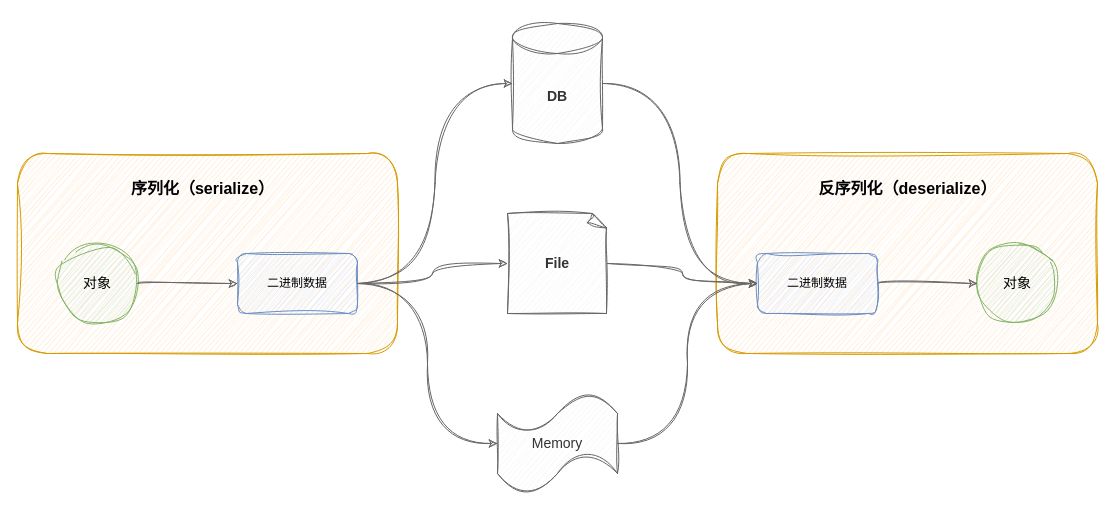
dunwu/waterdrop keeps this draw.io diagram as page "序列化" (1 of 2) of assets/Java/JavaCore/JavaIO.drawio. Above is the earlier version. Source tidied: cells renumbered, new cells numbered last; positions are measured from the earlier drawing's top-left corner, leaving out a move shared by most shapes. Both pictures are drawn from the tidied source at 100%, with x=0, y=0 at pixel (17, 23).
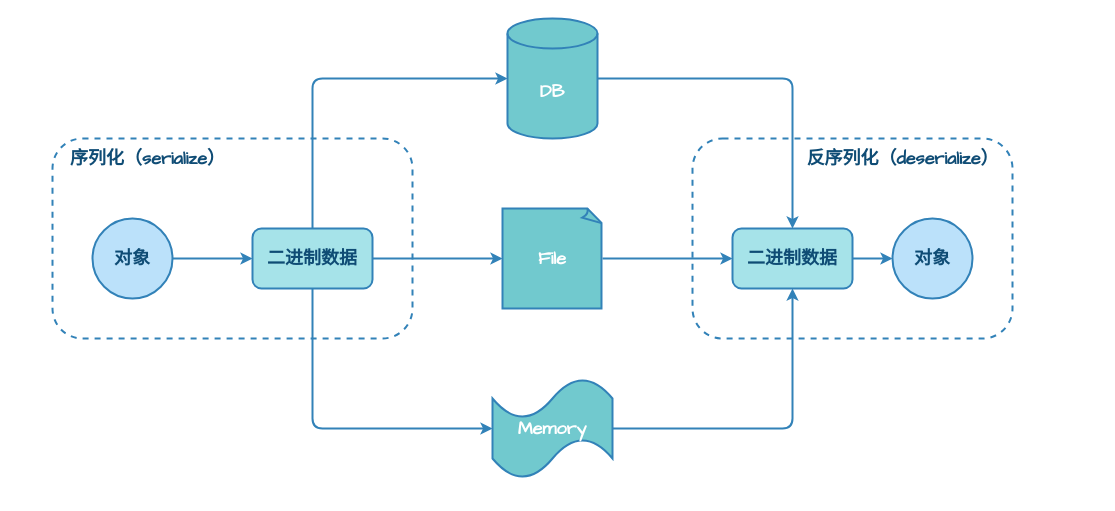
The same diagram, later.

The edit, as a diff of the source:
```diff
@@
-    <mxCell id="2" style="group;" parent="1" vertex="1">
-      <mxGeometry width="1080" height="470" as="geometry" />
-    </mxCell>
-    <mxCell id="3" style="whiteSpace=wrap;html=1;fillColor=#ffe6cc;strokeColor=#d79b00;rounded=1;sketch=1;curveFitting=1;jiggle=2;" parent="2" vertex="1">
-      <mxGeometry x="700" y="130" width="380" height="200" as="geometry" />
+    <mxCell id="3" style="whiteSpace=wrap;html=1;fillColor=none;strokeColor=#3282B8;rounded=1;fontSize=18;fontColor=#0F4C75;fontStyle=1;strokeWidth=2;dashed=1;fontFamily=Comic Sans MS;" parent="1" vertex="1">
+      <mxGeometry x="675" y="115" width="320" height="200" as="geometry" />
     </mxCell>
-    <mxCell id="4" value="对象" style="ellipse;whiteSpace=wrap;html=1;fillColor=#d5e8d4;strokeColor=#82b366;sketch=1;curveFitting=1;jiggle=2;fontSize=14;" parent="2" vertex="1">
-      <mxGeometry x="960" y="220" width="80" height="80" as="geometry" />
+    <mxCell id="4" value="对象" style="ellipse;whiteSpace=wrap;html=1;fillColor=#BBE1FA;strokeColor=#3282B8;fontSize=18;fontColor=#0F4C75;fontStyle=1;strokeWidth=2;fontFamily=Comic Sans MS;" parent="1" vertex="1">
+      <mxGeometry x="875" y="195" width="80" height="80" as="geometry" />
     </mxCell>
-    <mxCell id="5" style="edgeStyle=orthogonalEdgeStyle;jettySize=auto;html=1;exitX=1;exitY=0.5;exitDx=0;exitDy=0;entryX=0;entryY=0.5;entryDx=0;entryDy=0;curved=1;sketch=1;curveFitting=1;jiggle=2;fillColor=#f5f5f5;strokeColor=#666666;" parent="2" edge="1" source="6" target="4">
+    <mxCell id="5" style="edgeStyle=orthogonalEdgeStyle;jettySize=auto;html=1;exitX=1;exitY=0.5;exitDx=0;exitDy=0;entryX=0;entryY=0.5;entryDx=0;entryDy=0;curved=1;fillColor=#f5f5f5;strokeColor=#3282B8;fontSize=18;fontColor=#0F4C75;fontStyle=1;strokeWidth=2;fontFamily=Comic Sans MS;" parent="1" edge="1" source="6" target="4">
       <mxGeometry relative="1" as="geometry" />
     </mxCell>
-    <mxCell id="6" value="二进制数据" style="rounded=1;whiteSpace=wrap;html=1;fillColor=#dae8fc;strokeColor=#6c8ebf;sketch=1;curveFitting=1;jiggle=2;" parent="2" vertex="1">
-      <mxGeometry x="740" y="230" width="120" height="60" as="geometry" />
+    <mxCell id="6" value="二进制数据" style="rounded=1;whiteSpace=wrap;html=1;fillColor=#A6E3E9;strokeColor=#3282B8;fontSize=18;fontColor=#0F4C75;fontStyle=1;strokeWidth=2;fontFamily=Comic Sans MS;" parent="1" vertex="1">
+      <mxGeometry x="715" y="205" width="120" height="60" as="geometry" />
     </mxCell>
-    <mxCell id="7" value="反序列化（deserialize）" style="text;html=1;align=center;verticalAlign=middle;strokeColor=none;fillColor=none;fontSize=16;fontStyle=1;" parent="2" vertex="1">
-      <mxGeometry x="790" y="150" width="200" height="30" as="geometry" />
+    <mxCell id="7" value="反序列化（deserialize）" style="text;html=1;align=center;verticalAlign=middle;strokeColor=none;fillColor=none;fontSize=18;fontStyle=1;fontColor=#0F4C75;strokeWidth=2;fontFamily=Comic Sans MS;" parent="1" vertex="1">
+      <mxGeometry x="775" y="115" width="220" height="40" as="geometry" />
     </mxCell>
-    <mxCell id="8" style="whiteSpace=wrap;html=1;fillColor=#ffe6cc;strokeColor=#d79b00;rounded=1;sketch=1;curveFitting=1;jiggle=2;" parent="2" vertex="1">
-      <mxGeometry y="130" width="380" height="200" as="geometry" />
+    <mxCell id="8" style="whiteSpace=wrap;html=1;fillColor=none;strokeColor=#3282B8;rounded=1;fontSize=18;fontColor=#0F4C75;fontStyle=1;strokeWidth=2;dashed=1;fontFamily=Comic Sans MS;" parent="1" vertex="1">
+      <mxGeometry x="35" y="115" width="360" height="200" as="geometry" />
     </mxCell>
-    <mxCell id="9" value="对象" style="ellipse;whiteSpace=wrap;html=1;fillColor=#d5e8d4;strokeColor=#82b366;sketch=1;curveFitting=1;jiggle=2;fontSize=14;" parent="2" vertex="1">
-      <mxGeometry x="40" y="220" width="80" height="80" as="geometry" />
+    <mxCell id="9" value="对象" style="ellipse;whiteSpace=wrap;html=1;fillColor=#BBE1FA;strokeColor=#3282B8;fontSize=18;fontColor=#0F4C75;fontStyle=1;strokeWidth=2;fontFamily=Comic Sans MS;" parent="1" vertex="1">
+      <mxGeometry x="75" y="195" width="80" height="80" as="geometry" />
     </mxCell>
-    <mxCell id="10" value="二进制数据" style="rounded=1;whiteSpace=wrap;html=1;fillColor=#dae8fc;strokeColor=#6c8ebf;sketch=1;curveFitting=1;jiggle=2;" parent="2" vertex="1">
-      <mxGeometry x="220" y="230" width="120" height="60" as="geometry" />
+    <mxCell id="10" value="二进制数据" style="rounded=1;whiteSpace=wrap;html=1;fillColor=#A6E3E9;strokeColor=#3282B8;fontSize=18;fontColor=#0F4C75;fontStyle=1;strokeWidth=2;fontFamily=Comic Sans MS;" parent="1" vertex="1">
+      <mxGeometry x="235" y="205" width="120" height="60" as="geometry" />
     </mxCell>
-    <mxCell id="11" style="edgeStyle=orthogonalEdgeStyle;jettySize=auto;html=1;exitX=1;exitY=0.5;exitDx=0;exitDy=0;entryX=0;entryY=0.5;entryDx=0;entryDy=0;curved=1;sketch=1;curveFitting=1;jiggle=2;fillColor=#f5f5f5;strokeColor=#666666;" parent="2" edge="1" source="9" target="10">
+    <mxCell id="11" style="edgeStyle=orthogonalEdgeStyle;jettySize=auto;html=1;exitX=1;exitY=0.5;exitDx=0;exitDy=0;entryX=0;entryY=0.5;entryDx=0;entryDy=0;curved=1;fillColor=#f5f5f5;strokeColor=#3282B8;fontSize=18;fontColor=#0F4C75;fontStyle=1;strokeWidth=2;fontFamily=Comic Sans MS;" parent="1" edge="1" source="9" target="10">
       <mxGeometry relative="1" as="geometry" />
     </mxCell>
-    <mxCell id="12" value="序列化（serialize）" style="text;html=1;align=center;verticalAlign=middle;strokeColor=none;fillColor=none;fontSize=16;fontStyle=1;" parent="2" vertex="1">
-      <mxGeometry x="100" y="150" width="170" height="30" as="geometry" />
+    <mxCell id="12" value="序列化（serialize）" style="text;html=1;align=center;verticalAlign=middle;strokeColor=none;fillColor=none;fontSize=18;fontStyle=1;fontColor=#0F4C75;strokeWidth=2;fontFamily=Comic Sans MS;" parent="1" vertex="1">
+      <mxGeometry x="35" y="115" width="190" height="40" as="geometry" />
     </mxCell>
-    <mxCell id="13" value="DB" style="shape=cylinder3;whiteSpace=wrap;html=1;boundedLbl=1;backgroundOutline=1;size=15;fontSize=14;fontStyle=1;fillColor=#f5f5f5;fontColor=#333333;strokeColor=#666666;sketch=1;curveFitting=1;jiggle=2;" parent="2" vertex="1">
-      <mxGeometry x="495" width="90" height="120" as="geometry" />
+    <mxCell id="13" value="DB" style="shape=cylinder3;whiteSpace=wrap;html=1;boundedLbl=1;backgroundOutline=1;size=15;fontSize=18;fontStyle=1;fillColor=#71C9CE;fontColor=#FFFFFF;strokeColor=#3282B8;strokeWidth=2;fontFamily=Comic Sans MS;" parent="1" vertex="1">
+      <mxGeometry x="490" y="-5" width="90" height="120" as="geometry" />
     </mxCell>
-    <mxCell id="14" style="edgeStyle=orthogonalEdgeStyle;jettySize=auto;html=1;exitX=1;exitY=0.5;exitDx=0;exitDy=0;exitPerimeter=0;entryX=0;entryY=0.5;entryDx=0;entryDy=0;fillColor=#f5f5f5;strokeColor=#666666;curved=1;sketch=1;curveFitting=1;jiggle=2;" parent="2" edge="1" source="13" target="6">
+    <mxCell id="14" style="edgeStyle=orthogonalEdgeStyle;jettySize=auto;html=1;exitX=1;exitY=0.5;exitDx=0;exitDy=0;exitPerimeter=0;entryX=0.5;entryY=0;entryDx=0;entryDy=0;fillColor=#f5f5f5;strokeColor=#3282B8;fontSize=18;fontColor=#0F4C75;fontStyle=1;strokeWidth=2;fontFamily=Comic Sans MS;" parent="1" edge="1" source="13" target="6">
       <mxGeometry relative="1" as="geometry" />
     </mxCell>
-    <mxCell id="15" style="edgeStyle=orthogonalEdgeStyle;jettySize=auto;html=1;exitX=1;exitY=0.5;exitDx=0;exitDy=0;entryX=0;entryY=0.5;entryDx=0;entryDy=0;entryPerimeter=0;curved=1;sketch=1;curveFitting=1;jiggle=2;fillColor=#f5f5f5;strokeColor=#666666;" parent="2" edge="1" source="10" target="13">
+    <mxCell id="15" style="edgeStyle=orthogonalEdgeStyle;jettySize=auto;html=1;exitX=0.5;exitY=0;exitDx=0;exitDy=0;entryX=0;entryY=0.5;entryDx=0;entryDy=0;entryPerimeter=0;fillColor=#f5f5f5;strokeColor=#3282B8;fontSize=18;fontColor=#0F4C75;fontStyle=1;strokeWidth=2;fontFamily=Comic Sans MS;" parent="1" edge="1" source="10" target="13">
       <mxGeometry relative="1" as="geometry" />
     </mxCell>
-    <mxCell id="16" value="Memory" style="shape=tape;whiteSpace=wrap;html=1;fontSize=14;fillColor=#f5f5f5;fontColor=#333333;strokeColor=#666666;sketch=1;curveFitting=1;jiggle=2;" parent="2" vertex="1">
-      <mxGeometry x="480" y="370" width="120" height="100" as="geometry" />
+    <mxCell id="16" value="Memory" style="shape=tape;whiteSpace=wrap;html=1;fontSize=18;fillColor=#71C9CE;fontColor=#FFFFFF;strokeColor=#3282B8;fontStyle=1;strokeWidth=2;fontFamily=Comic Sans MS;" parent="1" vertex="1">
+      <mxGeometry x="475" y="355" width="120" height="100" as="geometry" />
     </mxCell>
-    <mxCell id="17" style="edgeStyle=orthogonalEdgeStyle;jettySize=auto;html=1;exitX=1;exitY=0.5;exitDx=0;exitDy=0;exitPerimeter=0;entryX=0;entryY=0.5;entryDx=0;entryDy=0;fillColor=#f5f5f5;strokeColor=#666666;curved=1;sketch=1;curveFitting=1;jiggle=2;" parent="2" edge="1" source="16" target="6">
+    <mxCell id="17" style="edgeStyle=orthogonalEdgeStyle;jettySize=auto;html=1;exitX=1;exitY=0.5;exitDx=0;exitDy=0;exitPerimeter=0;entryX=0.5;entryY=1;entryDx=0;entryDy=0;fillColor=#f5f5f5;strokeColor=#3282B8;fontSize=18;fontColor=#0F4C75;fontStyle=1;strokeWidth=2;fontFamily=Comic Sans MS;" parent="1" edge="1" source="16" target="6">
       <mxGeometry relative="1" as="geometry" />
     </mxCell>
-    <mxCell id="18" style="edgeStyle=orthogonalEdgeStyle;jettySize=auto;html=1;entryX=0;entryY=0.5;entryDx=0;entryDy=0;entryPerimeter=0;curved=1;sketch=1;curveFitting=1;jiggle=2;fillColor=#f5f5f5;strokeColor=#666666;" parent="2" edge="1" source="10" target="16">
+    <mxCell id="18" style="edgeStyle=orthogonalEdgeStyle;jettySize=auto;html=1;entryX=0;entryY=0.5;entryDx=0;entryDy=0;entryPerimeter=0;fillColor=#f5f5f5;strokeColor=#3282B8;fontSize=18;fontColor=#0F4C75;fontStyle=1;strokeWidth=2;fontFamily=Comic Sans MS;exitX=0.5;exitY=1;exitDx=0;exitDy=0;" parent="1" edge="1" source="10" target="16">
       <mxGeometry relative="1" as="geometry" />
     </mxCell>
-    <mxCell id="19" value="File" style="whiteSpace=wrap;html=1;shape=mxgraph.basic.document;fontSize=14;fontStyle=1;fillColor=#f5f5f5;fontColor=#333333;strokeColor=#666666;sketch=1;curveFitting=1;jiggle=2;" parent="2" vertex="1">
-      <mxGeometry x="490" y="190" width="100" height="100" as="geometry" />
+    <mxCell id="19" value="File" style="whiteSpace=wrap;html=1;shape=mxgraph.basic.document;fontSize=18;fontStyle=1;fillColor=#71C9CE;fontColor=#FFFFFF;strokeColor=#3282B8;strokeWidth=2;fontFamily=Comic Sans MS;" parent="1" vertex="1">
+      <mxGeometry x="485" y="185" width="100" height="100" as="geometry" />
     </mxCell>
-    <mxCell id="20" style="edgeStyle=orthogonalEdgeStyle;jettySize=auto;html=1;exitX=1;exitY=0.5;exitDx=0;exitDy=0;exitPerimeter=0;entryX=0;entryY=0.5;entryDx=0;entryDy=0;fillColor=#f5f5f5;strokeColor=#666666;curved=1;sketch=1;curveFitting=1;jiggle=2;" parent="2" edge="1" source="19" target="6">
+    <mxCell id="20" style="edgeStyle=orthogonalEdgeStyle;jettySize=auto;html=1;exitX=1;exitY=0.5;exitDx=0;exitDy=0;exitPerimeter=0;entryX=0;entryY=0.5;entryDx=0;entryDy=0;fillColor=#f5f5f5;strokeColor=#3282B8;curved=1;fontSize=18;fontColor=#0F4C75;fontStyle=1;strokeWidth=2;fontFamily=Comic Sans MS;" parent="1" edge="1" source="19" target="6">
       <mxGeometry relative="1" as="geometry" />
     </mxCell>
-    <mxCell id="21" style="edgeStyle=orthogonalEdgeStyle;jettySize=auto;html=1;curved=1;sketch=1;curveFitting=1;jiggle=2;fillColor=#f5f5f5;strokeColor=#666666;" parent="2" edge="1" source="10" target="19">
+    <mxCell id="21" style="edgeStyle=orthogonalEdgeStyle;jettySize=auto;html=1;curved=1;fillColor=#f5f5f5;strokeColor=#3282B8;fontSize=18;fontColor=#0F4C75;fontStyle=1;strokeWidth=2;fontFamily=Comic Sans MS;" parent="1" edge="1" source="10" target="19">
       <mxGeometry relative="1" as="geometry" />
     </mxCell>
```
